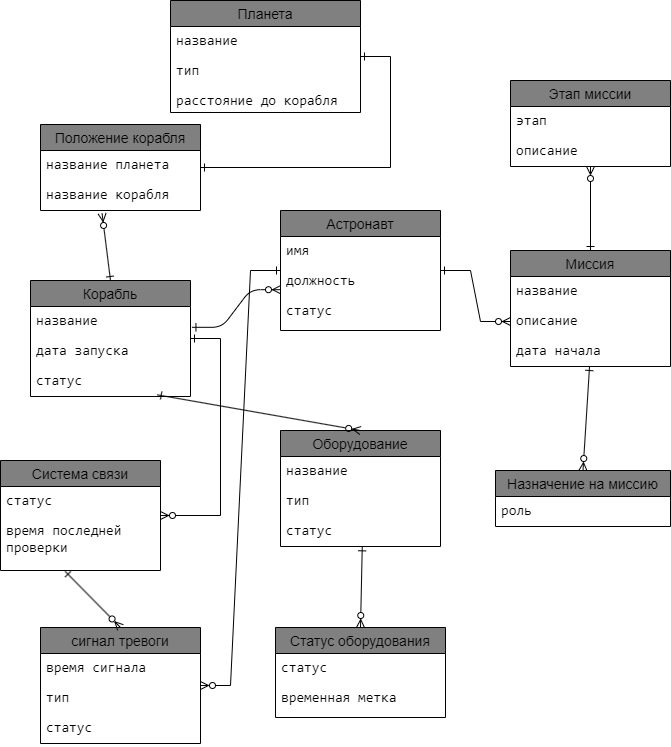
ivanstylish/ITMO-Study-Note keeps this draw.io diagram as Database/labs/lab1/DatabaseLab1.drawio.png. Above is the earlier version. Source tidied: cells renumbered, new cells last; positions are measured from the earlier drawing's top-left corner, leaving out a move shared by most shapes.
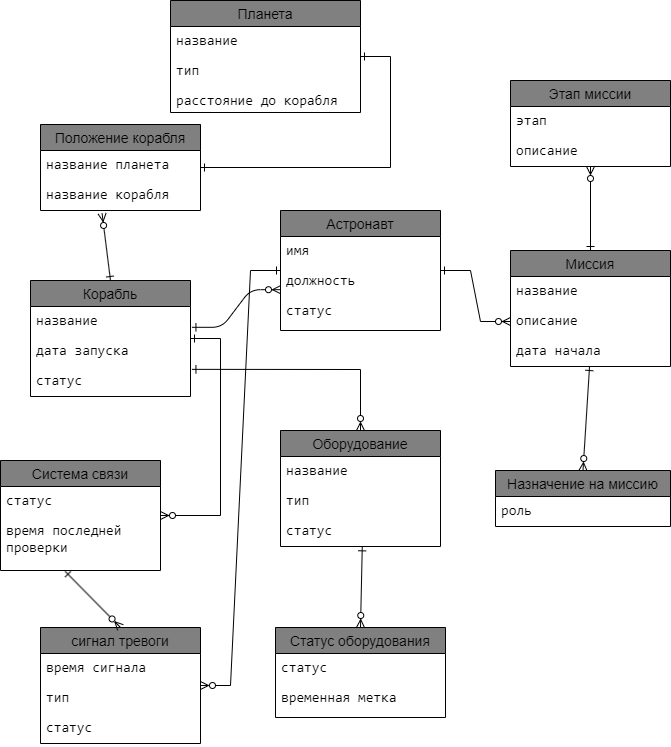
Above is the later version.

Diff of the diagram source:
```diff
@@ -116,9 +116,6 @@
     <mxCell id="38" style="endArrow=ERzeroToMany;html=1;rounded=0;exitX=0.511;exitY=1.011;exitDx=0;exitDy=0;exitPerimeter=0;entryX=0.5;entryY=0;entryDx=0;entryDy=0;startArrow=ERone;startFill=0;endFill=0;" parent="1" edge="1" source="18" target="27">
       <mxGeometry relative="1" as="geometry" />
     </mxCell>
-    <mxCell id="39" style="endArrow=ERzeroToMany;html=1;rounded=0;entryX=0.5;entryY=0;entryDx=0;entryDy=0;exitX=0.792;exitY=0.944;exitDx=0;exitDy=0;exitPerimeter=0;startArrow=ERone;startFill=0;endFill=0;" parent="1" edge="1" source="6" target="15">
-      <mxGeometry relative="1" as="geometry" />
-    </mxCell>
     <mxCell id="40" style="edgeStyle=entityRelationEdgeStyle;fontSize=12;html=1;endArrow=ERzeroToMany;startArrow=ERone;rounded=0;entryX=0;entryY=0.5;entryDx=0;entryDy=0;startFill=0;" parent="1" edge="1" source="7" target="22">
       <mxGeometry relative="1" as="geometry">
         <Array as="points">
@@ -156,5 +153,12 @@
     <mxCell id="50" value="&lt;span style=&quot;font-size: 10.5pt; font-family: Consolas;&quot;&gt;&lt;font style=&quot;color: rgb(0, 0, 0);&quot;&gt;описание&lt;/font&gt;&lt;/span&gt;" style="text;strokeColor=none;fillColor=none;spacingLeft=4;spacingRight=4;overflow=hidden;fontSize=12;whiteSpace=wrap;html=1;" parent="48" vertex="1">
       <mxGeometry y="56" width="160" height="30" as="geometry" />
     </mxCell>
+    <mxCell id="51" style="endArrow=ERzeroToMany;html=1;rounded=0;exitX=1.009;exitY=1.095;exitDx=0;exitDy=0;exitPerimeter=0;entryX=0.5;entryY=0;entryDx=0;entryDy=0;startArrow=ERone;startFill=0;endFill=0;" parent="1" edge="1" source="5" target="15">
+      <mxGeometry relative="1" as="geometry">
+        <Array as="points">
+          <mxPoint x="360" y="369" />
+        </Array>
+      </mxGeometry>
+    </mxCell>
   </root>
 </mxGraphModel>
```
